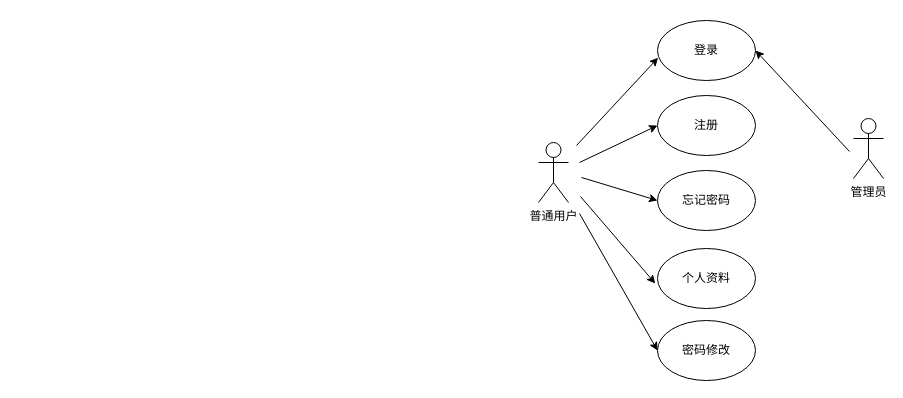
chensiyi0904/draw.io keeps this draw.io diagram as page "第 2 页" (2 of 6) of software.drawio. Above is the earlier version. Source tidied: cells renumbered, new cells numbered last; positions are measured from the earlier drawing's top-left corner, leaving out a move shared by most shapes. Both pictures are drawn from the tidied source at 100%, with x=0, y=0 at pixel (538, 20).
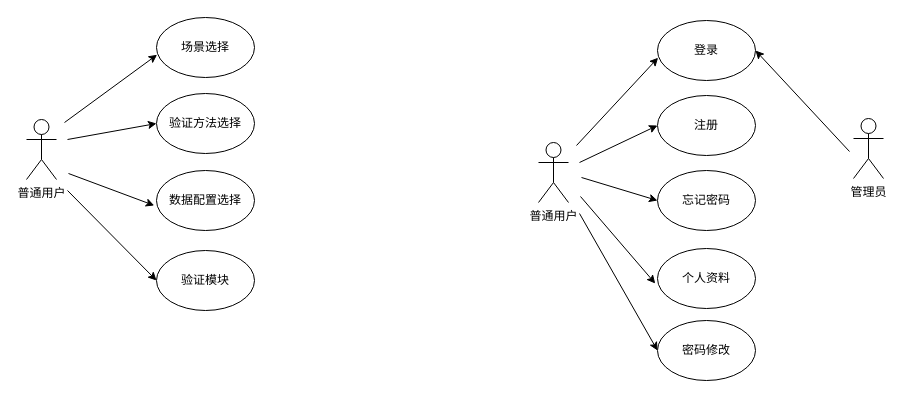
The same page after the edit.

What changed in the source:
```diff
@@
+    <mxCell id="15" value="普通用户" style="shape=umlActor;verticalLabelPosition=bottom;verticalAlign=top;html=1;" parent="1" vertex="1">
+      <mxGeometry x="-512" y="99" width="30" height="60" as="geometry" />
+    </mxCell>
+    <mxCell id="16" value="场景选择" style="ellipse;whiteSpace=wrap;html=1;" parent="1" vertex="1">
+      <mxGeometry x="-382" y="-3" width="98" height="60" as="geometry" />
+    </mxCell>
+    <mxCell id="17" value="验证方法选择" style="ellipse;whiteSpace=wrap;html=1;" parent="1" vertex="1">
+      <mxGeometry x="-382" y="73" width="98" height="60" as="geometry" />
+    </mxCell>
+    <mxCell id="18" value="数据配置选择" style="ellipse;whiteSpace=wrap;html=1;" parent="1" vertex="1">
+      <mxGeometry x="-382" y="150" width="98" height="60" as="geometry" />
+    </mxCell>
+    <mxCell id="19" value="验证模块" style="ellipse;whiteSpace=wrap;html=1;" parent="1" vertex="1">
+      <mxGeometry x="-382" y="230" width="98" height="60" as="geometry" />
+    </mxCell>
+    <mxCell id="20" style="endArrow=classic;html=1;rounded=0;entryX=0.006;entryY=0.621;entryDx=0;entryDy=0;entryPerimeter=0;" parent="1" edge="1" target="16">
+      <mxGeometry relative="1" as="geometry">
+        <mxPoint x="-474" y="102" as="sourcePoint" />
+      </mxGeometry>
+    </mxCell>
+    <mxCell id="21" style="endArrow=classic;html=1;rounded=0;entryX=0;entryY=0.5;entryDx=0;entryDy=0;" parent="1" edge="1" target="17">
+      <mxGeometry relative="1" as="geometry">
+        <mxPoint x="-471" y="119" as="sourcePoint" />
+      </mxGeometry>
+    </mxCell>
+    <mxCell id="22" style="endArrow=classic;html=1;rounded=0;entryX=-0.023;entryY=0.583;entryDx=0;entryDy=0;entryPerimeter=0;" parent="1" edge="1" target="18">
+      <mxGeometry relative="1" as="geometry">
+        <mxPoint x="-470" y="153" as="sourcePoint" />
+      </mxGeometry>
+    </mxCell>
+    <mxCell id="23" style="endArrow=classic;html=1;rounded=0;entryX=0;entryY=0.5;entryDx=0;entryDy=0;" parent="1" edge="1" target="19">
+      <mxGeometry relative="1" as="geometry">
+        <mxPoint x="-471" y="170" as="sourcePoint" />
+      </mxGeometry>
+    </mxCell>
```
